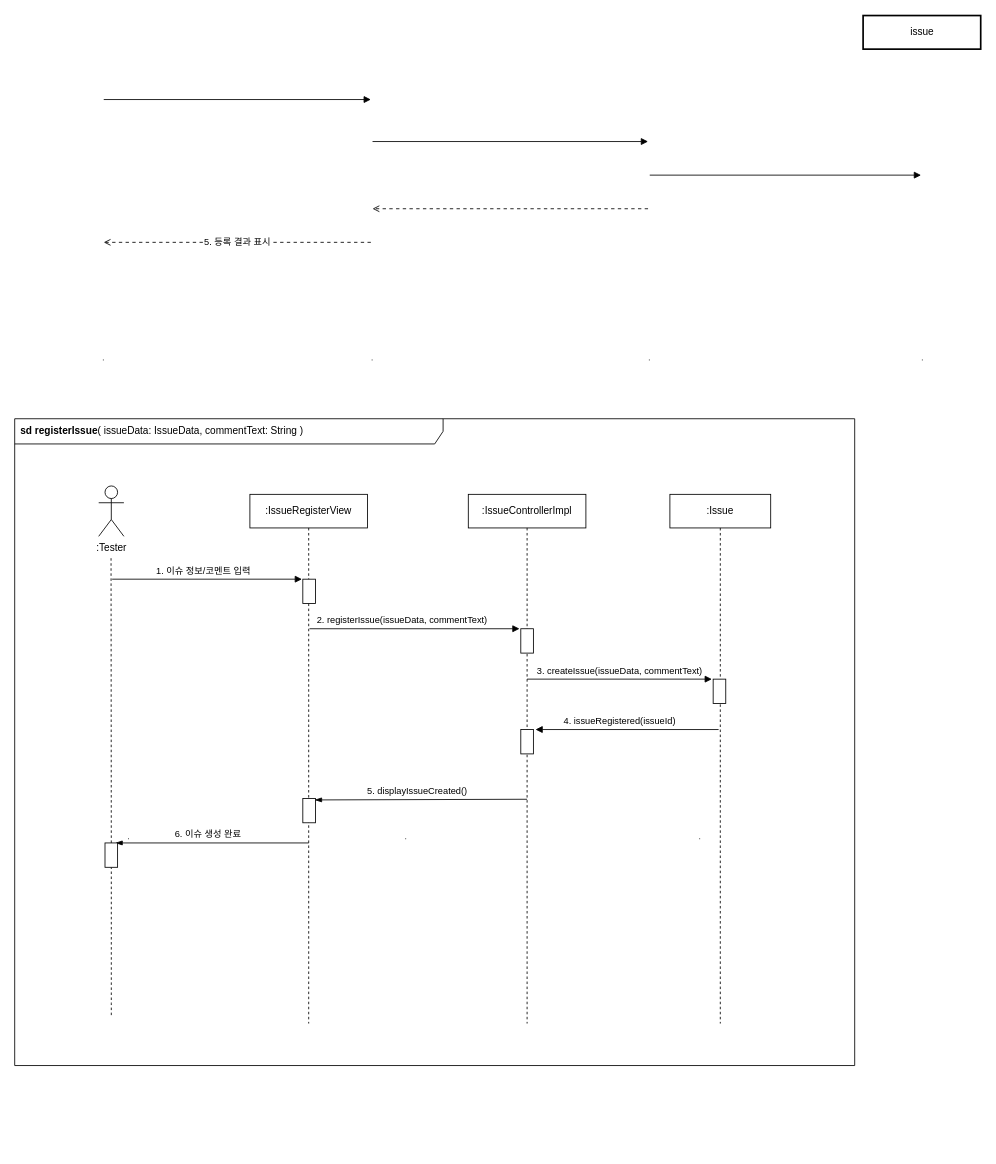
The draw.io diagram docs/산출물/04. SSD& Operation contract/uc02-ssd.drawio in cau-sw-2026-spring-se01-team5/SE-Spring-Term-Project, before the edit. Source tidied: cells renumbered, new cells numbered last; positions are measured from the earlier drawing's top-left corner, leaving out a move shared by most shapes. Both pictures are drawn from the tidied source at 84%, with x=0, y=0 at pixel (14, 15).
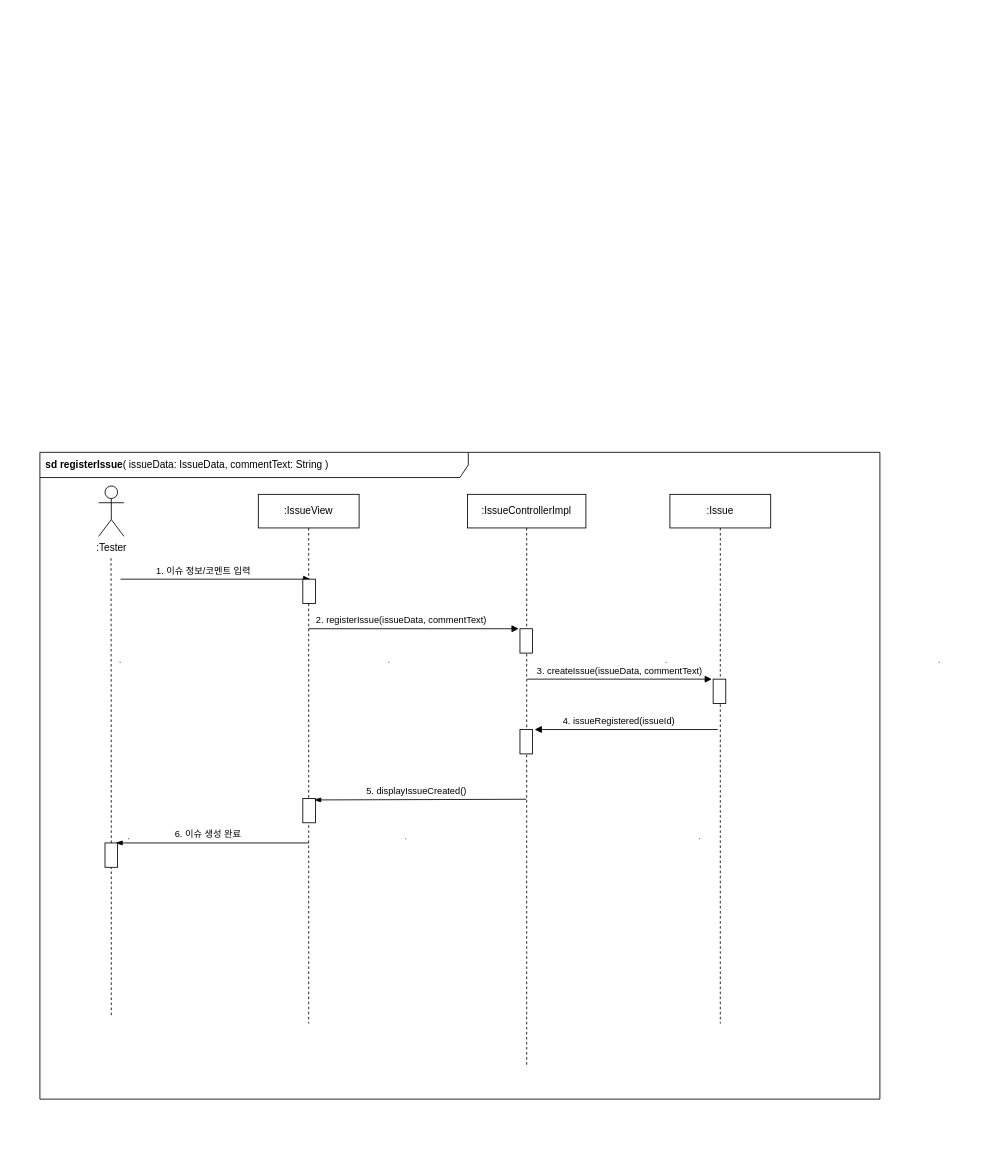
The same diagram, later.

What changed in the source:
```diff
@@
-    <mxCell id="2" value="issue" style="rounded=0;html=1;strokeWidth=2;" parent="1" vertex="1">
-      <mxGeometry x="1010" width="140" height="40" as="geometry" />
-    </mxCell>
     <mxCell id="3" style="shape=line;dashed=1;dashPattern=6 6;" parent="1" vertex="1">
-      <mxGeometry x="105" y="40" width="1" height="740" as="geometry" />
+      <mxGeometry x="125" y="400" width="1" height="740" as="geometry" />
     </mxCell>
     <mxCell id="4" style="shape=line;dashed=1;dashPattern=6 6;" parent="1" vertex="1">
-      <mxGeometry x="425" y="40" width="1" height="740" as="geometry" />
+      <mxGeometry x="445" y="400" width="1" height="740" as="geometry" />
     </mxCell>
     <mxCell id="5" style="shape=line;dashed=1;dashPattern=6 6;" parent="1" vertex="1">
-      <mxGeometry x="755" y="40" width="1" height="740" as="geometry" />
+      <mxGeometry x="775" y="400" width="1" height="740" as="geometry" />
     </mxCell>
     <mxCell id="6" style="shape=line;dashed=1;dashPattern=6 6;" parent="1" vertex="1">
-      <mxGeometry x="1080" y="40" width="1" height="740" as="geometry" />
+      <mxGeometry x="1100" y="400" width="1" height="740" as="geometry" />
     </mxCell>
-    <mxCell id="7" style="endArrow=block;html=1;" parent="1" edge="1">
-      <mxGeometry relative="1" as="geometry">
-        <mxPoint x="106" y="100" as="sourcePoint" />
-        <mxPoint x="424" y="100" as="targetPoint" />
-      </mxGeometry>
-    </mxCell>
-    <mxCell id="8" style="endArrow=block;html=1;" parent="1" edge="1">
-      <mxGeometry relative="1" as="geometry">
-        <mxPoint x="426" y="150" as="sourcePoint" />
-        <mxPoint x="754" y="150" as="targetPoint" />
-      </mxGeometry>
-    </mxCell>
-    <mxCell id="9" style="endArrow=block;html=1;" parent="1" edge="1">
-      <mxGeometry relative="1" as="geometry">
-        <mxPoint x="756" y="190" as="sourcePoint" />
-        <mxPoint x="1079" y="190" as="targetPoint" />
-      </mxGeometry>
-    </mxCell>
-    <mxCell id="10" style="endArrow=open;endFill=0;dashed=1;dashPattern=4 4;html=1;" parent="1" edge="1">
-      <mxGeometry relative="1" as="geometry">
-        <mxPoint x="754" y="230" as="sourcePoint" />
-        <mxPoint x="426" y="230" as="targetPoint" />
-      </mxGeometry>
-    </mxCell>
-    <mxCell id="11" value="5. 등록 결과 표시" style="endArrow=open;endFill=0;dashed=1;dashPattern=4 4;html=1;" parent="1" edge="1">
-      <mxGeometry relative="1" as="geometry">
-        <mxPoint x="424" y="270" as="sourcePoint" />
-        <mxPoint x="106" y="270" as="targetPoint" />
-      </mxGeometry>
-    </mxCell>
-    <mxCell id="12" value="&lt;span style=&quot;&quot;&gt;:IssueRegisterView&lt;/span&gt;" style="shape=umlLifeline;perimeter=lifelinePerimeter;whiteSpace=wrap;html=1;" parent="1" vertex="1">
-      <mxGeometry x="280" y="570" width="140" height="630" as="geometry" />
+    <mxCell id="12" value="&lt;span style=&quot;&quot;&gt;:IssueView&lt;/span&gt;" style="shape=umlLifeline;perimeter=lifelinePerimeter;whiteSpace=wrap;html=1;" parent="1" vertex="1">
+      <mxGeometry x="290" y="570" width="120" height="630" as="geometry" />
     </mxCell>
@@
     <mxCell id="14" style="rounded=0;whiteSpace=wrap;html=1;strokeColor=#000000;strokeWidth=1;fillColor=default;" parent="12" vertex="1">
-      <mxGeometry x="63" y="362" width="15" height="29" as="geometry" />
+      <mxGeometry x="53" y="362" width="15" height="29" as="geometry" />
     </mxCell>
@@
-    <mxCell id="16" value="&lt;span style=&quot;text-align: center;&quot;&gt;&lt;b&gt;sd&amp;nbsp;&lt;/b&gt;&lt;/span&gt;&lt;b&gt;registerIssue&lt;/b&gt;( issueData: IssueData, commentText: String )" style="shape=umlFrame;whiteSpace=wrap;html=1;width=510;height=30;boundedLbl=1;verticalAlign=middle;align=left;spacingLeft=5;" parent="1" vertex="1">
-      <mxGeometry y="480" width="1000" height="770" as="geometry" />
-    </mxCell>
@@
     <mxCell id="24" value="&lt;span style=&quot;&quot;&gt;:IssueControllerImpl&lt;/span&gt;" style="shape=umlLifeline;perimeter=lifelinePerimeter;whiteSpace=wrap;html=1;" parent="1" vertex="1">
-      <mxGeometry x="540" y="570" width="140" height="630" as="geometry" />
+      <mxGeometry x="539" y="570" width="141" height="680" as="geometry" />
     </mxCell>
@@
+    <mxCell id="16" value="&lt;span style=&quot;text-align: center;&quot;&gt;&lt;b&gt;sd&amp;nbsp;&lt;/b&gt;&lt;/span&gt;&lt;b&gt;registerIssue&lt;/b&gt;( issueData: IssueData, commentText: String )" style="shape=umlFrame;whiteSpace=wrap;html=1;width=510;height=30;boundedLbl=1;verticalAlign=middle;align=left;spacingLeft=5;" parent="1" vertex="1">
+      <mxGeometry x="30" y="520" width="1000" height="770" as="geometry" />
+    </mxCell>
```
